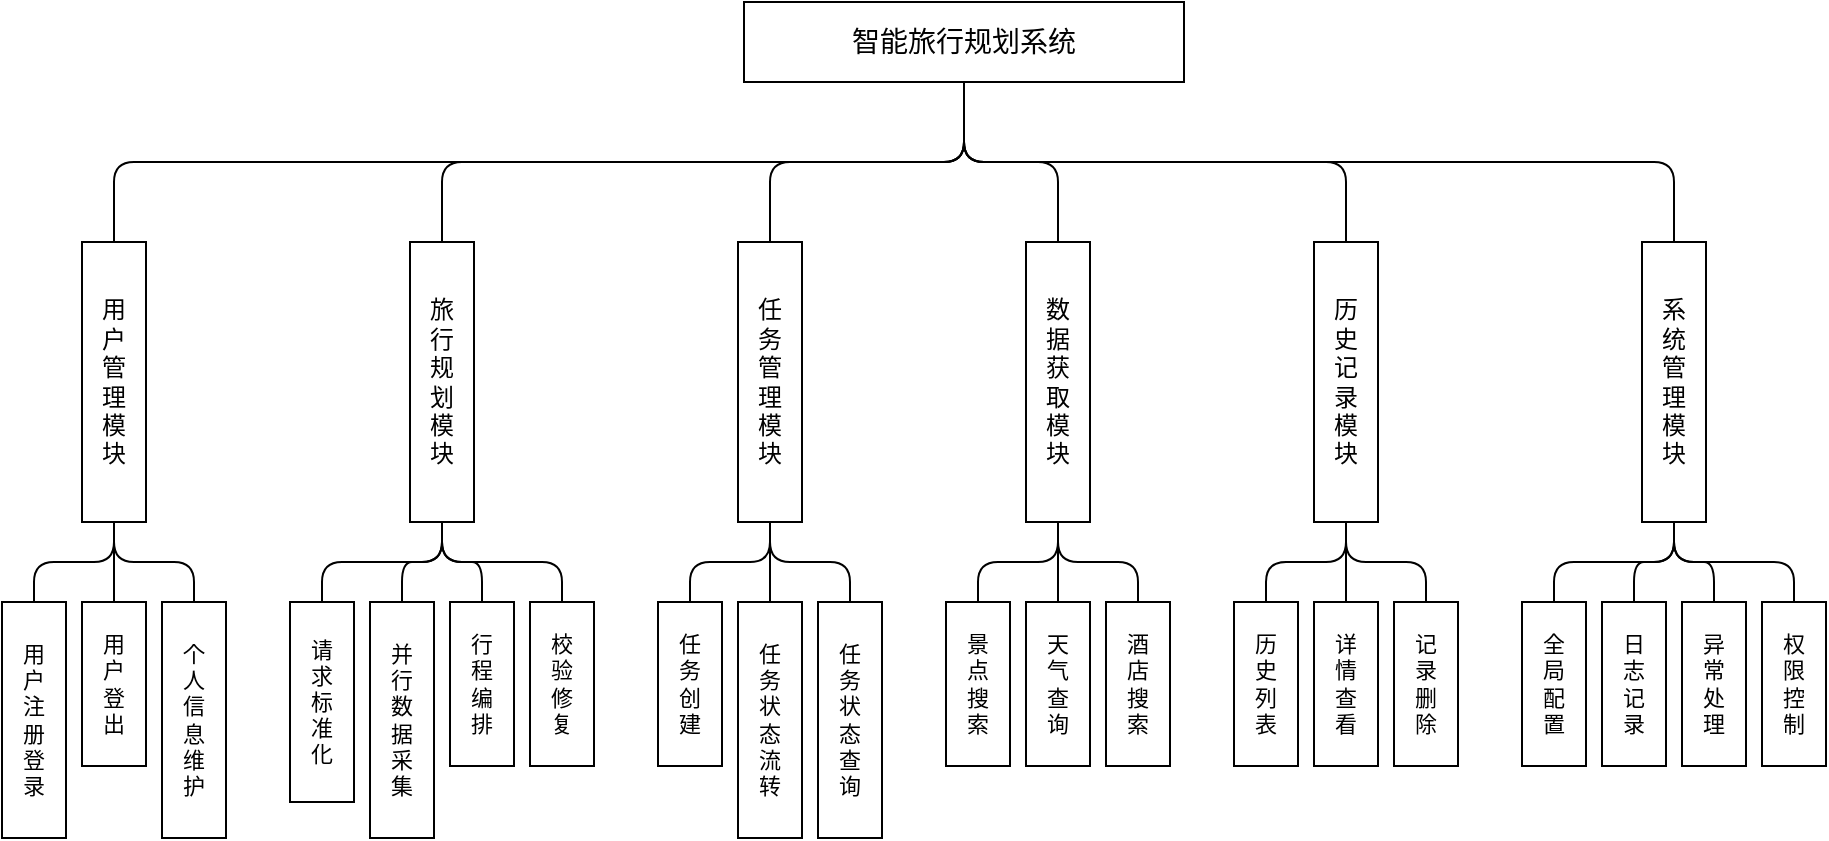
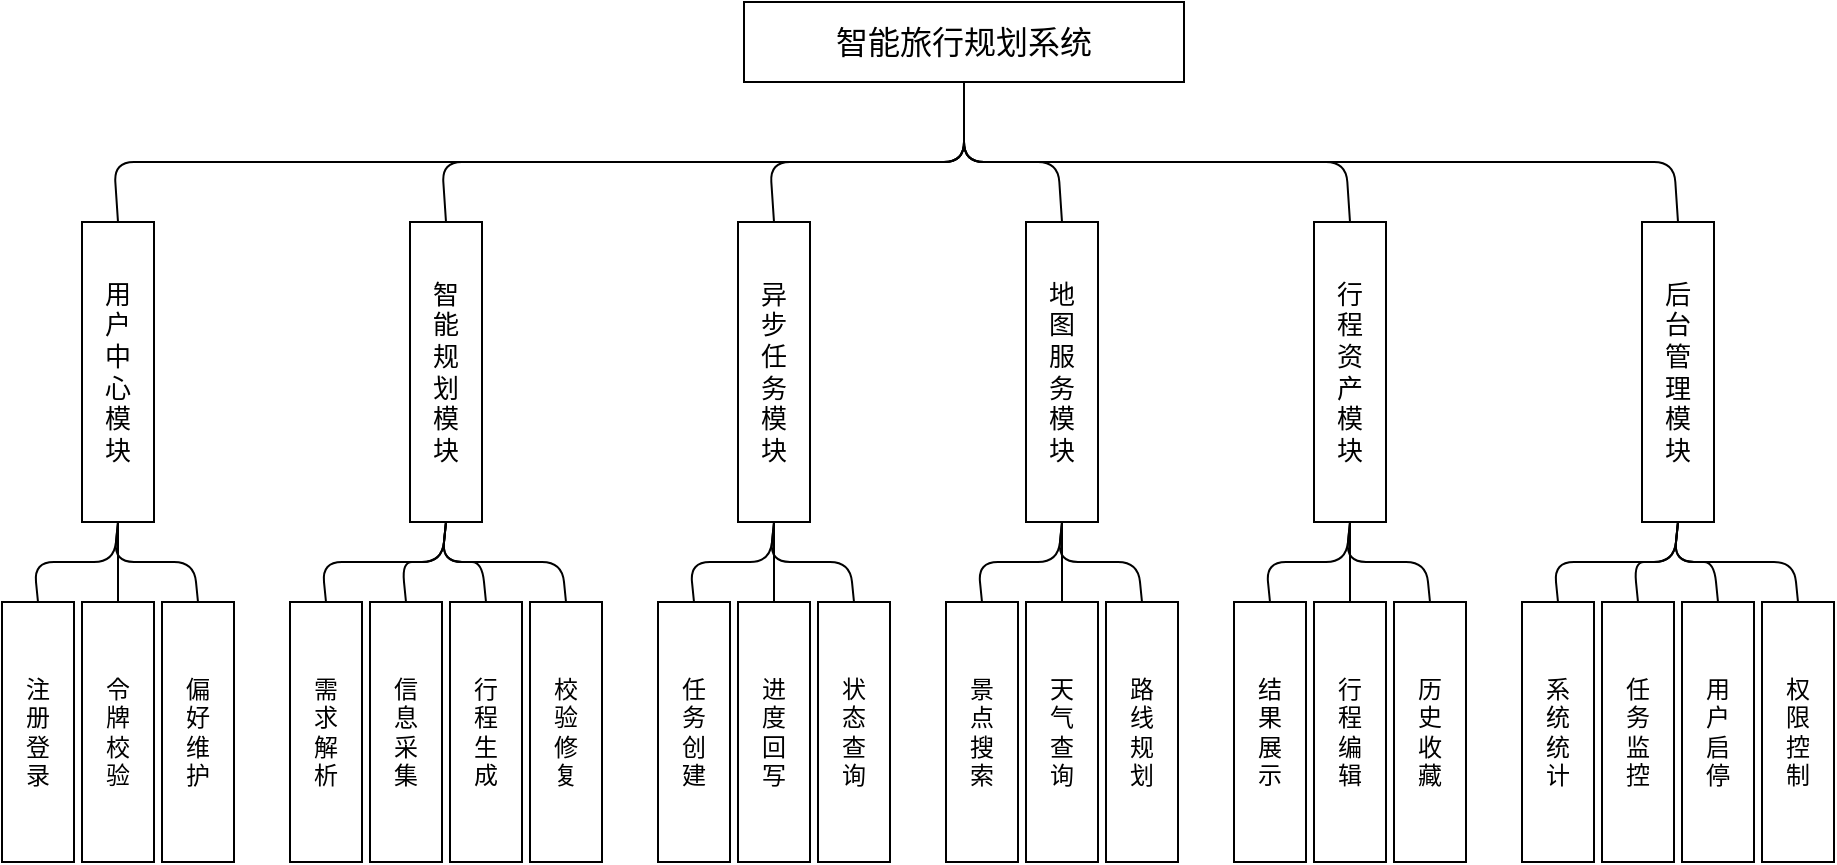
<mxfile host="app.diagrams.net" type="device">
  <diagram name="系统功能模块图" id="modules">
    <mxGraphModel dx="1300" dy="600" grid="1" gridSize="10" guides="1" tooltips="1" connect="1" arrows="1" fold="1" page="1" pageScale="1" pageWidth="1100" pageHeight="500" math="0" shadow="0">
      <root>
-         <mxCell id="0"/>
-         <mxCell id="1" parent="0"/>
-         <mxCell id="root" value="智能旅行规划系统" style="rounded=0;whiteSpace=wrap;html=1;fontSize=14;fillColor=none;strokeColor=#000000;" vertex="1" parent="1"><mxGeometry x="421" y="20" width="220" height="40" as="geometry"/></mxCell>
-         <mxCell id="m1" value="用&#xa;户&#xa;管&#xa;理&#xa;模&#xa;块" style="rounded=0;whiteSpace=wrap;html=1;fontSize=12;fillColor=none;strokeColor=#000000;" vertex="1" parent="1"><mxGeometry x="90" y="140" width="32" height="140" as="geometry"/></mxCell>
-         <mxCell id="m2" value="旅&#xa;行&#xa;规&#xa;划&#xa;模&#xa;块" style="rounded=0;whiteSpace=wrap;html=1;fontSize=12;fillColor=none;strokeColor=#000000;" vertex="1" parent="1"><mxGeometry x="254" y="140" width="32" height="140" as="geometry"/></mxCell>
-         <mxCell id="m3" value="任&#xa;务&#xa;管&#xa;理&#xa;模&#xa;块" style="rounded=0;whiteSpace=wrap;html=1;fontSize=12;fillColor=none;strokeColor=#000000;" vertex="1" parent="1"><mxGeometry x="418" y="140" width="32" height="140" as="geometry"/></mxCell>
-         <mxCell id="m4" value="数&#xa;据&#xa;获&#xa;取&#xa;模&#xa;块" style="rounded=0;whiteSpace=wrap;html=1;fontSize=12;fillColor=none;strokeColor=#000000;" vertex="1" parent="1"><mxGeometry x="562" y="140" width="32" height="140" as="geometry"/></mxCell>
-         <mxCell id="m5" value="历&#xa;史&#xa;记&#xa;录&#xa;模&#xa;块" style="rounded=0;whiteSpace=wrap;html=1;fontSize=12;fillColor=none;strokeColor=#000000;" vertex="1" parent="1"><mxGeometry x="706" y="140" width="32" height="140" as="geometry"/></mxCell>
-         <mxCell id="m6" value="系&#xa;统&#xa;管&#xa;理&#xa;模&#xa;块" style="rounded=0;whiteSpace=wrap;html=1;fontSize=12;fillColor=none;strokeColor=#000000;" vertex="1" parent="1"><mxGeometry x="870" y="140" width="32" height="140" as="geometry"/></mxCell>
-         <mxCell id="s11" value="用&#xa;户&#xa;注&#xa;册&#xa;登&#xa;录" style="rounded=0;whiteSpace=wrap;html=1;fontSize=11;fillColor=none;strokeColor=#000000;" vertex="1" parent="1"><mxGeometry x="50" y="320" width="32" height="118" as="geometry"/></mxCell>
-         <mxCell id="s12" value="用&#xa;户&#xa;登&#xa;出" style="rounded=0;whiteSpace=wrap;html=1;fontSize=11;fillColor=none;strokeColor=#000000;" vertex="1" parent="1"><mxGeometry x="90" y="320" width="32" height="82" as="geometry"/></mxCell>
-         <mxCell id="s13" value="个&#xa;人&#xa;信&#xa;息&#xa;维&#xa;护" style="rounded=0;whiteSpace=wrap;html=1;fontSize=11;fillColor=none;strokeColor=#000000;" vertex="1" parent="1"><mxGeometry x="130" y="320" width="32" height="118" as="geometry"/></mxCell>
-         <mxCell id="s21" value="请&#xa;求&#xa;标&#xa;准&#xa;化" style="rounded=0;whiteSpace=wrap;html=1;fontSize=11;fillColor=none;strokeColor=#000000;" vertex="1" parent="1"><mxGeometry x="194" y="320" width="32" height="100" as="geometry"/></mxCell>
-         <mxCell id="s22" value="并&#xa;行&#xa;数&#xa;据&#xa;采&#xa;集" style="rounded=0;whiteSpace=wrap;html=1;fontSize=11;fillColor=none;strokeColor=#000000;" vertex="1" parent="1"><mxGeometry x="234" y="320" width="32" height="118" as="geometry"/></mxCell>
-         <mxCell id="s23" value="行&#xa;程&#xa;编&#xa;排" style="rounded=0;whiteSpace=wrap;html=1;fontSize=11;fillColor=none;strokeColor=#000000;" vertex="1" parent="1"><mxGeometry x="274" y="320" width="32" height="82" as="geometry"/></mxCell>
-         <mxCell id="s24" value="校&#xa;验&#xa;修&#xa;复" style="rounded=0;whiteSpace=wrap;html=1;fontSize=11;fillColor=none;strokeColor=#000000;" vertex="1" parent="1"><mxGeometry x="314" y="320" width="32" height="82" as="geometry"/></mxCell>
-         <mxCell id="s31" value="任&#xa;务&#xa;创&#xa;建" style="rounded=0;whiteSpace=wrap;html=1;fontSize=11;fillColor=none;strokeColor=#000000;" vertex="1" parent="1"><mxGeometry x="378" y="320" width="32" height="82" as="geometry"/></mxCell>
-         <mxCell id="s32" value="任&#xa;务&#xa;状&#xa;态&#xa;流&#xa;转" style="rounded=0;whiteSpace=wrap;html=1;fontSize=11;fillColor=none;strokeColor=#000000;" vertex="1" parent="1"><mxGeometry x="418" y="320" width="32" height="118" as="geometry"/></mxCell>
-         <mxCell id="s33" value="任&#xa;务&#xa;状&#xa;态&#xa;查&#xa;询" style="rounded=0;whiteSpace=wrap;html=1;fontSize=11;fillColor=none;strokeColor=#000000;" vertex="1" parent="1"><mxGeometry x="458" y="320" width="32" height="118" as="geometry"/></mxCell>
-         <mxCell id="s41" value="景&#xa;点&#xa;搜&#xa;索" style="rounded=0;whiteSpace=wrap;html=1;fontSize=11;fillColor=none;strokeColor=#000000;" vertex="1" parent="1"><mxGeometry x="522" y="320" width="32" height="82" as="geometry"/></mxCell>
-         <mxCell id="s42" value="天&#xa;气&#xa;查&#xa;询" style="rounded=0;whiteSpace=wrap;html=1;fontSize=11;fillColor=none;strokeColor=#000000;" vertex="1" parent="1"><mxGeometry x="562" y="320" width="32" height="82" as="geometry"/></mxCell>
-         <mxCell id="s43" value="酒&#xa;店&#xa;搜&#xa;索" style="rounded=0;whiteSpace=wrap;html=1;fontSize=11;fillColor=none;strokeColor=#000000;" vertex="1" parent="1"><mxGeometry x="602" y="320" width="32" height="82" as="geometry"/></mxCell>
-         <mxCell id="s51" value="历&#xa;史&#xa;列&#xa;表" style="rounded=0;whiteSpace=wrap;html=1;fontSize=11;fillColor=none;strokeColor=#000000;" vertex="1" parent="1"><mxGeometry x="666" y="320" width="32" height="82" as="geometry"/></mxCell>
-         <mxCell id="s52" value="详&#xa;情&#xa;查&#xa;看" style="rounded=0;whiteSpace=wrap;html=1;fontSize=11;fillColor=none;strokeColor=#000000;" vertex="1" parent="1"><mxGeometry x="706" y="320" width="32" height="82" as="geometry"/></mxCell>
-         <mxCell id="s53" value="记&#xa;录&#xa;删&#xa;除" style="rounded=0;whiteSpace=wrap;html=1;fontSize=11;fillColor=none;strokeColor=#000000;" vertex="1" parent="1"><mxGeometry x="746" y="320" width="32" height="82" as="geometry"/></mxCell>
-         <mxCell id="s61" value="全&#xa;局&#xa;配&#xa;置" style="rounded=0;whiteSpace=wrap;html=1;fontSize=11;fillColor=none;strokeColor=#000000;" vertex="1" parent="1"><mxGeometry x="810" y="320" width="32" height="82" as="geometry"/></mxCell>
-         <mxCell id="s62" value="日&#xa;志&#xa;记&#xa;录" style="rounded=0;whiteSpace=wrap;html=1;fontSize=11;fillColor=none;strokeColor=#000000;" vertex="1" parent="1"><mxGeometry x="850" y="320" width="32" height="82" as="geometry"/></mxCell>
-         <mxCell id="s63" value="异&#xa;常&#xa;处&#xa;理" style="rounded=0;whiteSpace=wrap;html=1;fontSize=11;fillColor=none;strokeColor=#000000;" vertex="1" parent="1"><mxGeometry x="890" y="320" width="32" height="82" as="geometry"/></mxCell>
-         <mxCell id="s64" value="权&#xa;限&#xa;控&#xa;制" style="rounded=0;whiteSpace=wrap;html=1;fontSize=11;fillColor=none;strokeColor=#000000;" vertex="1" parent="1"><mxGeometry x="930" y="320" width="32" height="82" as="geometry"/></mxCell>
-         <mxCell id="er1" style="endArrow=none;html=1;exitX=0.5;exitY=1;exitDx=0;exitDy=0;entryX=0.5;entryY=0;entryDx=0;entryDy=0;" edge="1" parent="1" source="root" target="m1"><mxGeometry relative="1" as="geometry"><Array as="points"><mxPoint x="531" y="100"/><mxPoint x="106" y="100"/></Array></mxGeometry></mxCell>
-         <mxCell id="er2" style="endArrow=none;html=1;exitX=0.5;exitY=1;exitDx=0;exitDy=0;entryX=0.5;entryY=0;entryDx=0;entryDy=0;" edge="1" parent="1" source="root" target="m2"><mxGeometry relative="1" as="geometry"><Array as="points"><mxPoint x="531" y="100"/><mxPoint x="270" y="100"/></Array></mxGeometry></mxCell>
-         <mxCell id="er3" style="endArrow=none;html=1;exitX=0.5;exitY=1;exitDx=0;exitDy=0;entryX=0.5;entryY=0;entryDx=0;entryDy=0;" edge="1" parent="1" source="root" target="m3"><mxGeometry relative="1" as="geometry"><Array as="points"><mxPoint x="531" y="100"/><mxPoint x="434" y="100"/></Array></mxGeometry></mxCell>
-         <mxCell id="er4" style="endArrow=none;html=1;exitX=0.5;exitY=1;exitDx=0;exitDy=0;entryX=0.5;entryY=0;entryDx=0;entryDy=0;" edge="1" parent="1" source="root" target="m4"><mxGeometry relative="1" as="geometry"><Array as="points"><mxPoint x="531" y="100"/><mxPoint x="578" y="100"/></Array></mxGeometry></mxCell>
-         <mxCell id="er5" style="endArrow=none;html=1;exitX=0.5;exitY=1;exitDx=0;exitDy=0;entryX=0.5;entryY=0;entryDx=0;entryDy=0;" edge="1" parent="1" source="root" target="m5"><mxGeometry relative="1" as="geometry"><Array as="points"><mxPoint x="531" y="100"/><mxPoint x="722" y="100"/></Array></mxGeometry></mxCell>
-         <mxCell id="er6" style="endArrow=none;html=1;exitX=0.5;exitY=1;exitDx=0;exitDy=0;entryX=0.5;entryY=0;entryDx=0;entryDy=0;" edge="1" parent="1" source="root" target="m6"><mxGeometry relative="1" as="geometry"><Array as="points"><mxPoint x="531" y="100"/><mxPoint x="886" y="100"/></Array></mxGeometry></mxCell>
-         <mxCell id="em1_s11" style="endArrow=none;html=1;exitX=0.5;exitY=1;exitDx=0;exitDy=0;entryX=0.5;entryY=0;entryDx=0;entryDy=0;" edge="1" parent="1" source="m1" target="s11"><mxGeometry relative="1" as="geometry"><Array as="points"><mxPoint x="106" y="300"/><mxPoint x="66" y="300"/></Array></mxGeometry></mxCell>
-         <mxCell id="em1_s12" style="endArrow=none;html=1;exitX=0.5;exitY=1;exitDx=0;exitDy=0;entryX=0.5;entryY=0;entryDx=0;entryDy=0;" edge="1" parent="1" source="m1" target="s12"><mxGeometry relative="1" as="geometry"/></mxCell>
-         <mxCell id="em1_s13" style="endArrow=none;html=1;exitX=0.5;exitY=1;exitDx=0;exitDy=0;entryX=0.5;entryY=0;entryDx=0;entryDy=0;" edge="1" parent="1" source="m1" target="s13"><mxGeometry relative="1" as="geometry"><Array as="points"><mxPoint x="106" y="300"/><mxPoint x="146" y="300"/></Array></mxGeometry></mxCell>
-         <mxCell id="em2_s21" style="endArrow=none;html=1;exitX=0.5;exitY=1;exitDx=0;exitDy=0;entryX=0.5;entryY=0;entryDx=0;entryDy=0;" edge="1" parent="1" source="m2" target="s21"><mxGeometry relative="1" as="geometry"><Array as="points"><mxPoint x="270" y="300"/><mxPoint x="210" y="300"/></Array></mxGeometry></mxCell>
-         <mxCell id="em2_s22" style="endArrow=none;html=1;exitX=0.5;exitY=1;exitDx=0;exitDy=0;entryX=0.5;entryY=0;entryDx=0;entryDy=0;" edge="1" parent="1" source="m2" target="s22"><mxGeometry relative="1" as="geometry"><Array as="points"><mxPoint x="270" y="300"/><mxPoint x="250" y="300"/></Array></mxGeometry></mxCell>
-         <mxCell id="em2_s23" style="endArrow=none;html=1;exitX=0.5;exitY=1;exitDx=0;exitDy=0;entryX=0.5;entryY=0;entryDx=0;entryDy=0;" edge="1" parent="1" source="m2" target="s23"><mxGeometry relative="1" as="geometry"><Array as="points"><mxPoint x="270" y="300"/><mxPoint x="290" y="300"/></Array></mxGeometry></mxCell>
-         <mxCell id="em2_s24" style="endArrow=none;html=1;exitX=0.5;exitY=1;exitDx=0;exitDy=0;entryX=0.5;entryY=0;entryDx=0;entryDy=0;" edge="1" parent="1" source="m2" target="s24"><mxGeometry relative="1" as="geometry"><Array as="points"><mxPoint x="270" y="300"/><mxPoint x="330" y="300"/></Array></mxGeometry></mxCell>
-         <mxCell id="em3_s31" style="endArrow=none;html=1;exitX=0.5;exitY=1;exitDx=0;exitDy=0;entryX=0.5;entryY=0;entryDx=0;entryDy=0;" edge="1" parent="1" source="m3" target="s31"><mxGeometry relative="1" as="geometry"><Array as="points"><mxPoint x="434" y="300"/><mxPoint x="394" y="300"/></Array></mxGeometry></mxCell>
-         <mxCell id="em3_s32" style="endArrow=none;html=1;exitX=0.5;exitY=1;exitDx=0;exitDy=0;entryX=0.5;entryY=0;entryDx=0;entryDy=0;" edge="1" parent="1" source="m3" target="s32"><mxGeometry relative="1" as="geometry"/></mxCell>
-         <mxCell id="em3_s33" style="endArrow=none;html=1;exitX=0.5;exitY=1;exitDx=0;exitDy=0;entryX=0.5;entryY=0;entryDx=0;entryDy=0;" edge="1" parent="1" source="m3" target="s33"><mxGeometry relative="1" as="geometry"><Array as="points"><mxPoint x="434" y="300"/><mxPoint x="474" y="300"/></Array></mxGeometry></mxCell>
-         <mxCell id="em4_s41" style="endArrow=none;html=1;exitX=0.5;exitY=1;exitDx=0;exitDy=0;entryX=0.5;entryY=0;entryDx=0;entryDy=0;" edge="1" parent="1" source="m4" target="s41"><mxGeometry relative="1" as="geometry"><Array as="points"><mxPoint x="578" y="300"/><mxPoint x="538" y="300"/></Array></mxGeometry></mxCell>
-         <mxCell id="em4_s42" style="endArrow=none;html=1;exitX=0.5;exitY=1;exitDx=0;exitDy=0;entryX=0.5;entryY=0;entryDx=0;entryDy=0;" edge="1" parent="1" source="m4" target="s42"><mxGeometry relative="1" as="geometry"/></mxCell>
-         <mxCell id="em4_s43" style="endArrow=none;html=1;exitX=0.5;exitY=1;exitDx=0;exitDy=0;entryX=0.5;entryY=0;entryDx=0;entryDy=0;" edge="1" parent="1" source="m4" target="s43"><mxGeometry relative="1" as="geometry"><Array as="points"><mxPoint x="578" y="300"/><mxPoint x="618" y="300"/></Array></mxGeometry></mxCell>
-         <mxCell id="em5_s51" style="endArrow=none;html=1;exitX=0.5;exitY=1;exitDx=0;exitDy=0;entryX=0.5;entryY=0;entryDx=0;entryDy=0;" edge="1" parent="1" source="m5" target="s51"><mxGeometry relative="1" as="geometry"><Array as="points"><mxPoint x="722" y="300"/><mxPoint x="682" y="300"/></Array></mxGeometry></mxCell>
-         <mxCell id="em5_s52" style="endArrow=none;html=1;exitX=0.5;exitY=1;exitDx=0;exitDy=0;entryX=0.5;entryY=0;entryDx=0;entryDy=0;" edge="1" parent="1" source="m5" target="s52"><mxGeometry relative="1" as="geometry"/></mxCell>
-         <mxCell id="em5_s53" style="endArrow=none;html=1;exitX=0.5;exitY=1;exitDx=0;exitDy=0;entryX=0.5;entryY=0;entryDx=0;entryDy=0;" edge="1" parent="1" source="m5" target="s53"><mxGeometry relative="1" as="geometry"><Array as="points"><mxPoint x="722" y="300"/><mxPoint x="762" y="300"/></Array></mxGeometry></mxCell>
-         <mxCell id="em6_s61" style="endArrow=none;html=1;exitX=0.5;exitY=1;exitDx=0;exitDy=0;entryX=0.5;entryY=0;entryDx=0;entryDy=0;" edge="1" parent="1" source="m6" target="s61"><mxGeometry relative="1" as="geometry"><Array as="points"><mxPoint x="886" y="300"/><mxPoint x="826" y="300"/></Array></mxGeometry></mxCell>
-         <mxCell id="em6_s62" style="endArrow=none;html=1;exitX=0.5;exitY=1;exitDx=0;exitDy=0;entryX=0.5;entryY=0;entryDx=0;entryDy=0;" edge="1" parent="1" source="m6" target="s62"><mxGeometry relative="1" as="geometry"><Array as="points"><mxPoint x="886" y="300"/><mxPoint x="866" y="300"/></Array></mxGeometry></mxCell>
-         <mxCell id="em6_s63" style="endArrow=none;html=1;exitX=0.5;exitY=1;exitDx=0;exitDy=0;entryX=0.5;entryY=0;entryDx=0;entryDy=0;" edge="1" parent="1" source="m6" target="s63"><mxGeometry relative="1" as="geometry"><Array as="points"><mxPoint x="886" y="300"/><mxPoint x="906" y="300"/></Array></mxGeometry></mxCell>
-         <mxCell id="em6_s64" style="endArrow=none;html=1;exitX=0.5;exitY=1;exitDx=0;exitDy=0;entryX=0.5;entryY=0;entryDx=0;entryDy=0;" edge="1" parent="1" source="m6" target="s64"><mxGeometry relative="1" as="geometry"><Array as="points"><mxPoint x="886" y="300"/><mxPoint x="946" y="300"/></Array></mxGeometry></mxCell>
+         <mxCell id="0" />
+         <mxCell id="1" parent="0" />
+         <mxCell id="root" value="智能旅行规划系统" style="rounded=0;whiteSpace=wrap;html=1;fontSize=16;fillColor=none;strokeColor=#000000;" vertex="1" parent="1"><mxGeometry x="421" y="20" width="220" height="40" as="geometry" /></mxCell>
+         <mxCell id="m1" value="用&#10;户&#10;中&#10;心&#10;模&#10;块" style="rounded=0;whiteSpace=wrap;html=1;fontSize=13;fillColor=none;strokeColor=#000000;" vertex="1" parent="1"><mxGeometry x="90" y="130" width="36" height="150" as="geometry" /></mxCell>
+         <mxCell id="m2" value="智&#10;能&#10;规&#10;划&#10;模&#10;块" style="rounded=0;whiteSpace=wrap;html=1;fontSize=13;fillColor=none;strokeColor=#000000;" vertex="1" parent="1"><mxGeometry x="254" y="130" width="36" height="150" as="geometry" /></mxCell>
+         <mxCell id="m3" value="异&#10;步&#10;任&#10;务&#10;模&#10;块" style="rounded=0;whiteSpace=wrap;html=1;fontSize=13;fillColor=none;strokeColor=#000000;" vertex="1" parent="1"><mxGeometry x="418" y="130" width="36" height="150" as="geometry" /></mxCell>
+         <mxCell id="m4" value="地&#10;图&#10;服&#10;务&#10;模&#10;块" style="rounded=0;whiteSpace=wrap;html=1;fontSize=13;fillColor=none;strokeColor=#000000;" vertex="1" parent="1"><mxGeometry x="562" y="130" width="36" height="150" as="geometry" /></mxCell>
+         <mxCell id="m5" value="行&#10;程&#10;资&#10;产&#10;模&#10;块" style="rounded=0;whiteSpace=wrap;html=1;fontSize=13;fillColor=none;strokeColor=#000000;" vertex="1" parent="1"><mxGeometry x="706" y="130" width="36" height="150" as="geometry" /></mxCell>
+         <mxCell id="m6" value="后&#10;台&#10;管&#10;理&#10;模&#10;块" style="rounded=0;whiteSpace=wrap;html=1;fontSize=13;fillColor=none;strokeColor=#000000;" vertex="1" parent="1"><mxGeometry x="870" y="130" width="36" height="150" as="geometry" /></mxCell>
+         <mxCell id="s11" value="注&#10;册&#10;登&#10;录" style="rounded=0;whiteSpace=wrap;html=1;fontSize=12;fillColor=none;strokeColor=#000000;" vertex="1" parent="1"><mxGeometry x="50" y="320" width="36" height="130" as="geometry" /></mxCell>
+         <mxCell id="s12" value="令&#10;牌&#10;校&#10;验" style="rounded=0;whiteSpace=wrap;html=1;fontSize=12;fillColor=none;strokeColor=#000000;" vertex="1" parent="1"><mxGeometry x="90" y="320" width="36" height="130" as="geometry" /></mxCell>
+         <mxCell id="s13" value="偏&#10;好&#10;维&#10;护" style="rounded=0;whiteSpace=wrap;html=1;fontSize=12;fillColor=none;strokeColor=#000000;" vertex="1" parent="1"><mxGeometry x="130" y="320" width="36" height="130" as="geometry" /></mxCell>
+         <mxCell id="s21" value="需&#10;求&#10;解&#10;析" style="rounded=0;whiteSpace=wrap;html=1;fontSize=12;fillColor=none;strokeColor=#000000;" vertex="1" parent="1"><mxGeometry x="194" y="320" width="36" height="130" as="geometry" /></mxCell>
+         <mxCell id="s22" value="信&#10;息&#10;采&#10;集" style="rounded=0;whiteSpace=wrap;html=1;fontSize=12;fillColor=none;strokeColor=#000000;" vertex="1" parent="1"><mxGeometry x="234" y="320" width="36" height="130" as="geometry" /></mxCell>
+         <mxCell id="s23" value="行&#10;程&#10;生&#10;成" style="rounded=0;whiteSpace=wrap;html=1;fontSize=12;fillColor=none;strokeColor=#000000;" vertex="1" parent="1"><mxGeometry x="274" y="320" width="36" height="130" as="geometry" /></mxCell>
+         <mxCell id="s24" value="校&#10;验&#10;修&#10;复" style="rounded=0;whiteSpace=wrap;html=1;fontSize=12;fillColor=none;strokeColor=#000000;" vertex="1" parent="1"><mxGeometry x="314" y="320" width="36" height="130" as="geometry" /></mxCell>
+         <mxCell id="s31" value="任&#10;务&#10;创&#10;建" style="rounded=0;whiteSpace=wrap;html=1;fontSize=12;fillColor=none;strokeColor=#000000;" vertex="1" parent="1"><mxGeometry x="378" y="320" width="36" height="130" as="geometry" /></mxCell>
+         <mxCell id="s32" value="进&#10;度&#10;回&#10;写" style="rounded=0;whiteSpace=wrap;html=1;fontSize=12;fillColor=none;strokeColor=#000000;" vertex="1" parent="1"><mxGeometry x="418" y="320" width="36" height="130" as="geometry" /></mxCell>
+         <mxCell id="s33" value="状&#10;态&#10;查&#10;询" style="rounded=0;whiteSpace=wrap;html=1;fontSize=12;fillColor=none;strokeColor=#000000;" vertex="1" parent="1"><mxGeometry x="458" y="320" width="36" height="130" as="geometry" /></mxCell>
+         <mxCell id="s41" value="景&#10;点&#10;搜&#10;索" style="rounded=0;whiteSpace=wrap;html=1;fontSize=12;fillColor=none;strokeColor=#000000;" vertex="1" parent="1"><mxGeometry x="522" y="320" width="36" height="130" as="geometry" /></mxCell>
+         <mxCell id="s42" value="天&#10;气&#10;查&#10;询" style="rounded=0;whiteSpace=wrap;html=1;fontSize=12;fillColor=none;strokeColor=#000000;" vertex="1" parent="1"><mxGeometry x="562" y="320" width="36" height="130" as="geometry" /></mxCell>
+         <mxCell id="s43" value="路&#10;线&#10;规&#10;划" style="rounded=0;whiteSpace=wrap;html=1;fontSize=12;fillColor=none;strokeColor=#000000;" vertex="1" parent="1"><mxGeometry x="602" y="320" width="36" height="130" as="geometry" /></mxCell>
+         <mxCell id="s51" value="结&#10;果&#10;展&#10;示" style="rounded=0;whiteSpace=wrap;html=1;fontSize=12;fillColor=none;strokeColor=#000000;" vertex="1" parent="1"><mxGeometry x="666" y="320" width="36" height="130" as="geometry" /></mxCell>
+         <mxCell id="s52" value="行&#10;程&#10;编&#10;辑" style="rounded=0;whiteSpace=wrap;html=1;fontSize=12;fillColor=none;strokeColor=#000000;" vertex="1" parent="1"><mxGeometry x="706" y="320" width="36" height="130" as="geometry" /></mxCell>
+         <mxCell id="s53" value="历&#10;史&#10;收&#10;藏" style="rounded=0;whiteSpace=wrap;html=1;fontSize=12;fillColor=none;strokeColor=#000000;" vertex="1" parent="1"><mxGeometry x="746" y="320" width="36" height="130" as="geometry" /></mxCell>
+         <mxCell id="s61" value="系&#10;统&#10;统&#10;计" style="rounded=0;whiteSpace=wrap;html=1;fontSize=12;fillColor=none;strokeColor=#000000;" vertex="1" parent="1"><mxGeometry x="810" y="320" width="36" height="130" as="geometry" /></mxCell>
+         <mxCell id="s62" value="任&#10;务&#10;监&#10;控" style="rounded=0;whiteSpace=wrap;html=1;fontSize=12;fillColor=none;strokeColor=#000000;" vertex="1" parent="1"><mxGeometry x="850" y="320" width="36" height="130" as="geometry" /></mxCell>
+         <mxCell id="s63" value="用&#10;户&#10;启&#10;停" style="rounded=0;whiteSpace=wrap;html=1;fontSize=12;fillColor=none;strokeColor=#000000;" vertex="1" parent="1"><mxGeometry x="890" y="320" width="36" height="130" as="geometry" /></mxCell>
+         <mxCell id="s64" value="权&#10;限&#10;控&#10;制" style="rounded=0;whiteSpace=wrap;html=1;fontSize=12;fillColor=none;strokeColor=#000000;" vertex="1" parent="1"><mxGeometry x="930" y="320" width="36" height="130" as="geometry" /></mxCell>
+         <mxCell id="er1" style="endArrow=none;html=1;exitX=0.5;exitY=1;exitDx=0;exitDy=0;entryX=0.5;entryY=0;entryDx=0;entryDy=0;" edge="1" parent="1" source="root" target="m1"><mxGeometry relative="1" as="geometry"><Array as="points"><mxPoint x="531" y="100" /><mxPoint x="106" y="100" /></Array></mxGeometry></mxCell>
+         <mxCell id="er2" style="endArrow=none;html=1;exitX=0.5;exitY=1;exitDx=0;exitDy=0;entryX=0.5;entryY=0;entryDx=0;entryDy=0;" edge="1" parent="1" source="root" target="m2"><mxGeometry relative="1" as="geometry"><Array as="points"><mxPoint x="531" y="100" /><mxPoint x="270" y="100" /></Array></mxGeometry></mxCell>
+         <mxCell id="er3" style="endArrow=none;html=1;exitX=0.5;exitY=1;exitDx=0;exitDy=0;entryX=0.5;entryY=0;entryDx=0;entryDy=0;" edge="1" parent="1" source="root" target="m3"><mxGeometry relative="1" as="geometry"><Array as="points"><mxPoint x="531" y="100" /><mxPoint x="434" y="100" /></Array></mxGeometry></mxCell>
+         <mxCell id="er4" style="endArrow=none;html=1;exitX=0.5;exitY=1;exitDx=0;exitDy=0;entryX=0.5;entryY=0;entryDx=0;entryDy=0;" edge="1" parent="1" source="root" target="m4"><mxGeometry relative="1" as="geometry"><Array as="points"><mxPoint x="531" y="100" /><mxPoint x="578" y="100" /></Array></mxGeometry></mxCell>
+         <mxCell id="er5" style="endArrow=none;html=1;exitX=0.5;exitY=1;exitDx=0;exitDy=0;entryX=0.5;entryY=0;entryDx=0;entryDy=0;" edge="1" parent="1" source="root" target="m5"><mxGeometry relative="1" as="geometry"><Array as="points"><mxPoint x="531" y="100" /><mxPoint x="722" y="100" /></Array></mxGeometry></mxCell>
+         <mxCell id="er6" style="endArrow=none;html=1;exitX=0.5;exitY=1;exitDx=0;exitDy=0;entryX=0.5;entryY=0;entryDx=0;entryDy=0;" edge="1" parent="1" source="root" target="m6"><mxGeometry relative="1" as="geometry"><Array as="points"><mxPoint x="531" y="100" /><mxPoint x="886" y="100" /></Array></mxGeometry></mxCell>
+         <mxCell id="em1_s11" style="endArrow=none;html=1;exitX=0.5;exitY=1;exitDx=0;exitDy=0;entryX=0.5;entryY=0;entryDx=0;entryDy=0;" edge="1" parent="1" source="m1" target="s11"><mxGeometry relative="1" as="geometry"><Array as="points"><mxPoint x="106" y="300" /><mxPoint x="66" y="300" /></Array></mxGeometry></mxCell>
+         <mxCell id="em1_s12" style="endArrow=none;html=1;exitX=0.5;exitY=1;exitDx=0;exitDy=0;entryX=0.5;entryY=0;entryDx=0;entryDy=0;" edge="1" parent="1" source="m1" target="s12"><mxGeometry relative="1" as="geometry" /></mxCell>
+         <mxCell id="em1_s13" style="endArrow=none;html=1;exitX=0.5;exitY=1;exitDx=0;exitDy=0;entryX=0.5;entryY=0;entryDx=0;entryDy=0;" edge="1" parent="1" source="m1" target="s13"><mxGeometry relative="1" as="geometry"><Array as="points"><mxPoint x="106" y="300" /><mxPoint x="146" y="300" /></Array></mxGeometry></mxCell>
+         <mxCell id="em2_s21" style="endArrow=none;html=1;exitX=0.5;exitY=1;exitDx=0;exitDy=0;entryX=0.5;entryY=0;entryDx=0;entryDy=0;" edge="1" parent="1" source="m2" target="s21"><mxGeometry relative="1" as="geometry"><Array as="points"><mxPoint x="270" y="300" /><mxPoint x="210" y="300" /></Array></mxGeometry></mxCell>
+         <mxCell id="em2_s22" style="endArrow=none;html=1;exitX=0.5;exitY=1;exitDx=0;exitDy=0;entryX=0.5;entryY=0;entryDx=0;entryDy=0;" edge="1" parent="1" source="m2" target="s22"><mxGeometry relative="1" as="geometry"><Array as="points"><mxPoint x="270" y="300" /><mxPoint x="250" y="300" /></Array></mxGeometry></mxCell>
+         <mxCell id="em2_s23" style="endArrow=none;html=1;exitX=0.5;exitY=1;exitDx=0;exitDy=0;entryX=0.5;entryY=0;entryDx=0;entryDy=0;" edge="1" parent="1" source="m2" target="s23"><mxGeometry relative="1" as="geometry"><Array as="points"><mxPoint x="270" y="300" /><mxPoint x="290" y="300" /></Array></mxGeometry></mxCell>
+         <mxCell id="em2_s24" style="endArrow=none;html=1;exitX=0.5;exitY=1;exitDx=0;exitDy=0;entryX=0.5;entryY=0;entryDx=0;entryDy=0;" edge="1" parent="1" source="m2" target="s24"><mxGeometry relative="1" as="geometry"><Array as="points"><mxPoint x="270" y="300" /><mxPoint x="330" y="300" /></Array></mxGeometry></mxCell>
+         <mxCell id="em3_s31" style="endArrow=none;html=1;exitX=0.5;exitY=1;exitDx=0;exitDy=0;entryX=0.5;entryY=0;entryDx=0;entryDy=0;" edge="1" parent="1" source="m3" target="s31"><mxGeometry relative="1" as="geometry"><Array as="points"><mxPoint x="434" y="300" /><mxPoint x="394" y="300" /></Array></mxGeometry></mxCell>
+         <mxCell id="em3_s32" style="endArrow=none;html=1;exitX=0.5;exitY=1;exitDx=0;exitDy=0;entryX=0.5;entryY=0;entryDx=0;entryDy=0;" edge="1" parent="1" source="m3" target="s32"><mxGeometry relative="1" as="geometry" /></mxCell>
+         <mxCell id="em3_s33" style="endArrow=none;html=1;exitX=0.5;exitY=1;exitDx=0;exitDy=0;entryX=0.5;entryY=0;entryDx=0;entryDy=0;" edge="1" parent="1" source="m3" target="s33"><mxGeometry relative="1" as="geometry"><Array as="points"><mxPoint x="434" y="300" /><mxPoint x="474" y="300" /></Array></mxGeometry></mxCell>
+         <mxCell id="em4_s41" style="endArrow=none;html=1;exitX=0.5;exitY=1;exitDx=0;exitDy=0;entryX=0.5;entryY=0;entryDx=0;entryDy=0;" edge="1" parent="1" source="m4" target="s41"><mxGeometry relative="1" as="geometry"><Array as="points"><mxPoint x="578" y="300" /><mxPoint x="538" y="300" /></Array></mxGeometry></mxCell>
+         <mxCell id="em4_s42" style="endArrow=none;html=1;exitX=0.5;exitY=1;exitDx=0;exitDy=0;entryX=0.5;entryY=0;entryDx=0;entryDy=0;" edge="1" parent="1" source="m4" target="s42"><mxGeometry relative="1" as="geometry" /></mxCell>
+         <mxCell id="em4_s43" style="endArrow=none;html=1;exitX=0.5;exitY=1;exitDx=0;exitDy=0;entryX=0.5;entryY=0;entryDx=0;entryDy=0;" edge="1" parent="1" source="m4" target="s43"><mxGeometry relative="1" as="geometry"><Array as="points"><mxPoint x="578" y="300" /><mxPoint x="618" y="300" /></Array></mxGeometry></mxCell>
+         <mxCell id="em5_s51" style="endArrow=none;html=1;exitX=0.5;exitY=1;exitDx=0;exitDy=0;entryX=0.5;entryY=0;entryDx=0;entryDy=0;" edge="1" parent="1" source="m5" target="s51"><mxGeometry relative="1" as="geometry"><Array as="points"><mxPoint x="722" y="300" /><mxPoint x="682" y="300" /></Array></mxGeometry></mxCell>
+         <mxCell id="em5_s52" style="endArrow=none;html=1;exitX=0.5;exitY=1;exitDx=0;exitDy=0;entryX=0.5;entryY=0;entryDx=0;entryDy=0;" edge="1" parent="1" source="m5" target="s52"><mxGeometry relative="1" as="geometry" /></mxCell>
+         <mxCell id="em5_s53" style="endArrow=none;html=1;exitX=0.5;exitY=1;exitDx=0;exitDy=0;entryX=0.5;entryY=0;entryDx=0;entryDy=0;" edge="1" parent="1" source="m5" target="s53"><mxGeometry relative="1" as="geometry"><Array as="points"><mxPoint x="722" y="300" /><mxPoint x="762" y="300" /></Array></mxGeometry></mxCell>
+         <mxCell id="em6_s61" style="endArrow=none;html=1;exitX=0.5;exitY=1;exitDx=0;exitDy=0;entryX=0.5;entryY=0;entryDx=0;entryDy=0;" edge="1" parent="1" source="m6" target="s61"><mxGeometry relative="1" as="geometry"><Array as="points"><mxPoint x="886" y="300" /><mxPoint x="826" y="300" /></Array></mxGeometry></mxCell>
+         <mxCell id="em6_s62" style="endArrow=none;html=1;exitX=0.5;exitY=1;exitDx=0;exitDy=0;entryX=0.5;entryY=0;entryDx=0;entryDy=0;" edge="1" parent="1" source="m6" target="s62"><mxGeometry relative="1" as="geometry"><Array as="points"><mxPoint x="886" y="300" /><mxPoint x="866" y="300" /></Array></mxGeometry></mxCell>
+         <mxCell id="em6_s63" style="endArrow=none;html=1;exitX=0.5;exitY=1;exitDx=0;exitDy=0;entryX=0.5;entryY=0;entryDx=0;entryDy=0;" edge="1" parent="1" source="m6" target="s63"><mxGeometry relative="1" as="geometry"><Array as="points"><mxPoint x="886" y="300" /><mxPoint x="906" y="300" /></Array></mxGeometry></mxCell>
+         <mxCell id="em6_s64" style="endArrow=none;html=1;exitX=0.5;exitY=1;exitDx=0;exitDy=0;entryX=0.5;entryY=0;entryDx=0;entryDy=0;" edge="1" parent="1" source="m6" target="s64"><mxGeometry relative="1" as="geometry"><Array as="points"><mxPoint x="886" y="300" /><mxPoint x="946" y="300" /></Array></mxGeometry></mxCell>
      </root>
    </mxGraphModel>
  </diagram>
- </mxfile>
+ </mxfile>